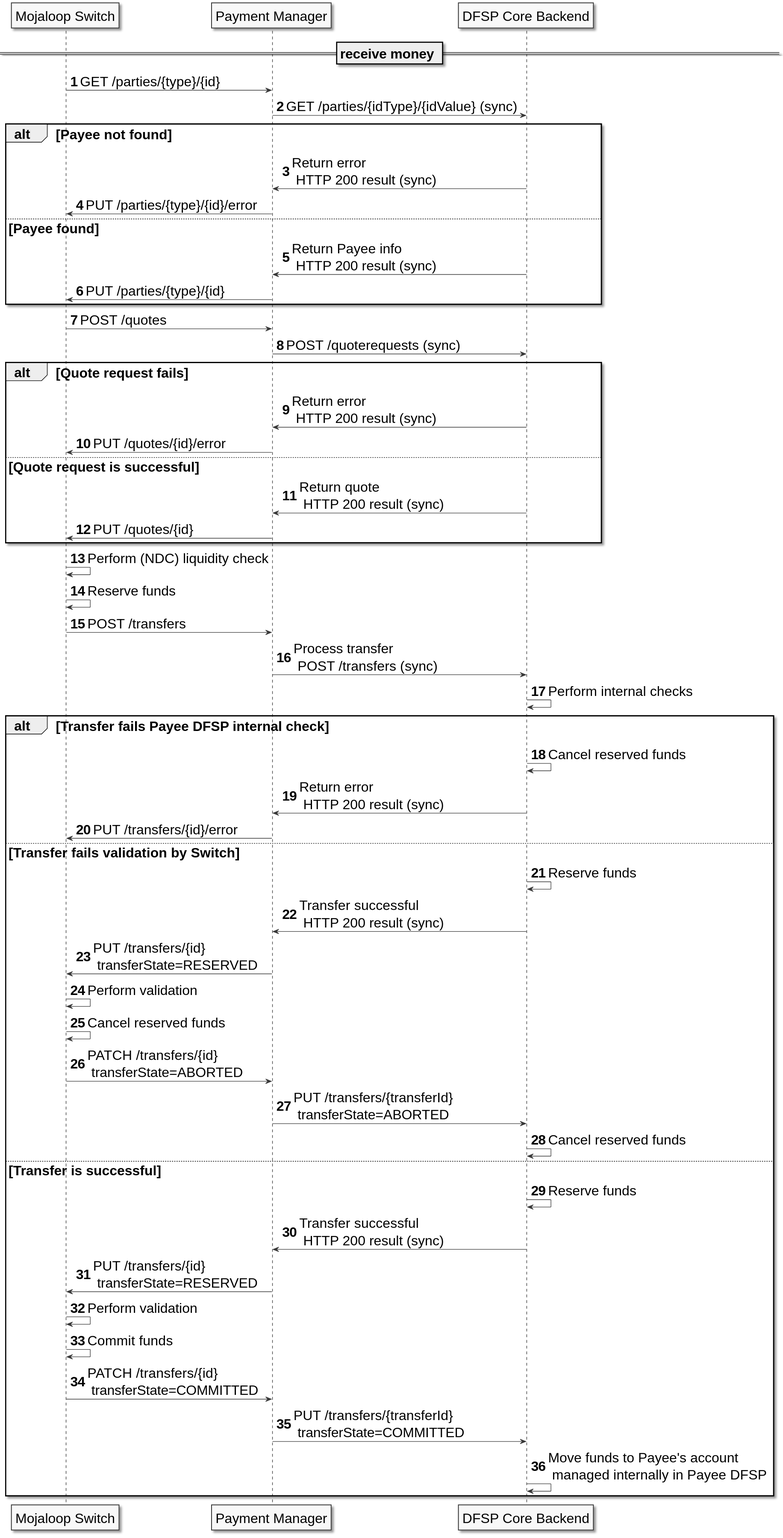
pm4ml/documents keeps this PlantUML diagram as modules/api_integration/images/PM4ML_transfer_flow_payee.svg. Above is the earlier version.
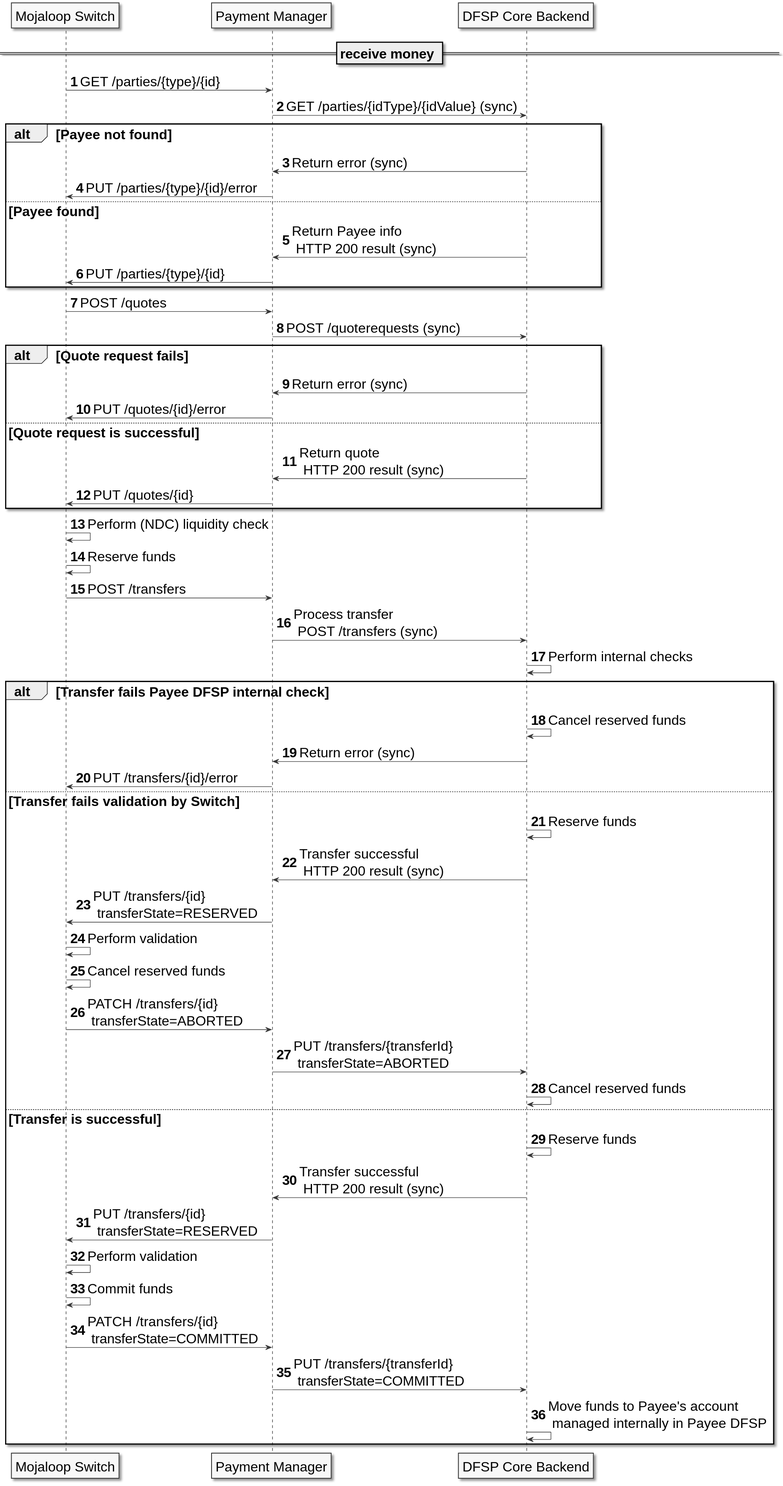
Later version of the same file.

Commit message:
improved error messages

The edit, as a diff of the source:
```diff
@@ -19,7 +19,7 @@
     sw -> sib: GET /parties/{type}/{id}
     sib -> backend: GET /parties/{idType}/{idValue} (sync)
     alt Payee not found
-    backend -> sib: Return error \n HTTP 200 result (sync)
+    backend -> sib: Return error (sync)
     sib -> sw: PUT /parties/{type}/{id}/error
     else Payee found
     backend -> sib: Return Payee info \n HTTP 200 result (sync)
@@ -28,7 +28,7 @@
     sw -> sib: POST /quotes
     sib -> backend: POST /quoterequests (sync)
     alt Quote request fails
-    backend -> sib: Return error \n HTTP 200 result (sync)
+    backend -> sib: Return error (sync)
     sib -> sw: PUT /quotes/{id}/error
     else Quote request is successful
     backend -> sib: Return quote \n HTTP 200 result (sync)
@@ -41,7 +41,7 @@
     backend -> backend: Perform internal checks
     alt Transfer fails Payee DFSP internal check
     backend -> backend: Cancel reserved funds
-    backend -> sib: Return error \n HTTP 200 result (sync)
+    backend -> sib: Return error (sync)
     sib -> sw: PUT /transfers/{id}/error
     else Transfer fails validation by Switch
     backend -> backend: Reserve funds
```
